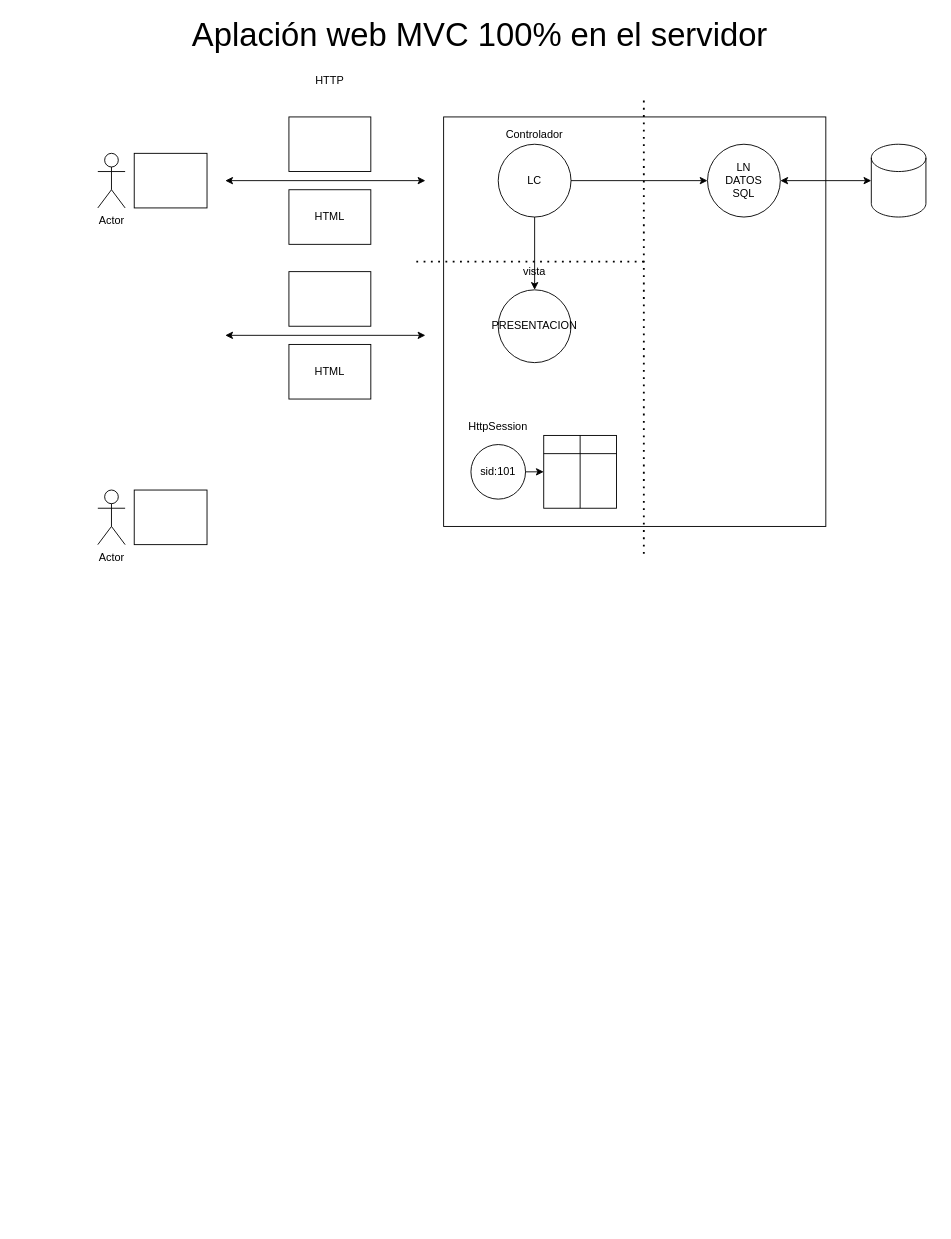
Earlier version of the draw.io diagram page "Página-1" (1 of 15) of dibujillos.drawio (Fsgilp/seguridad_java). Source tidied: cells renumbered, new cells numbered last; positions are measured from the earlier drawing's top-left corner, leaving out a move shared by most shapes. Both pictures are drawn from the tidied source at 91%, with x=0, y=0 at pixel (97, 25).
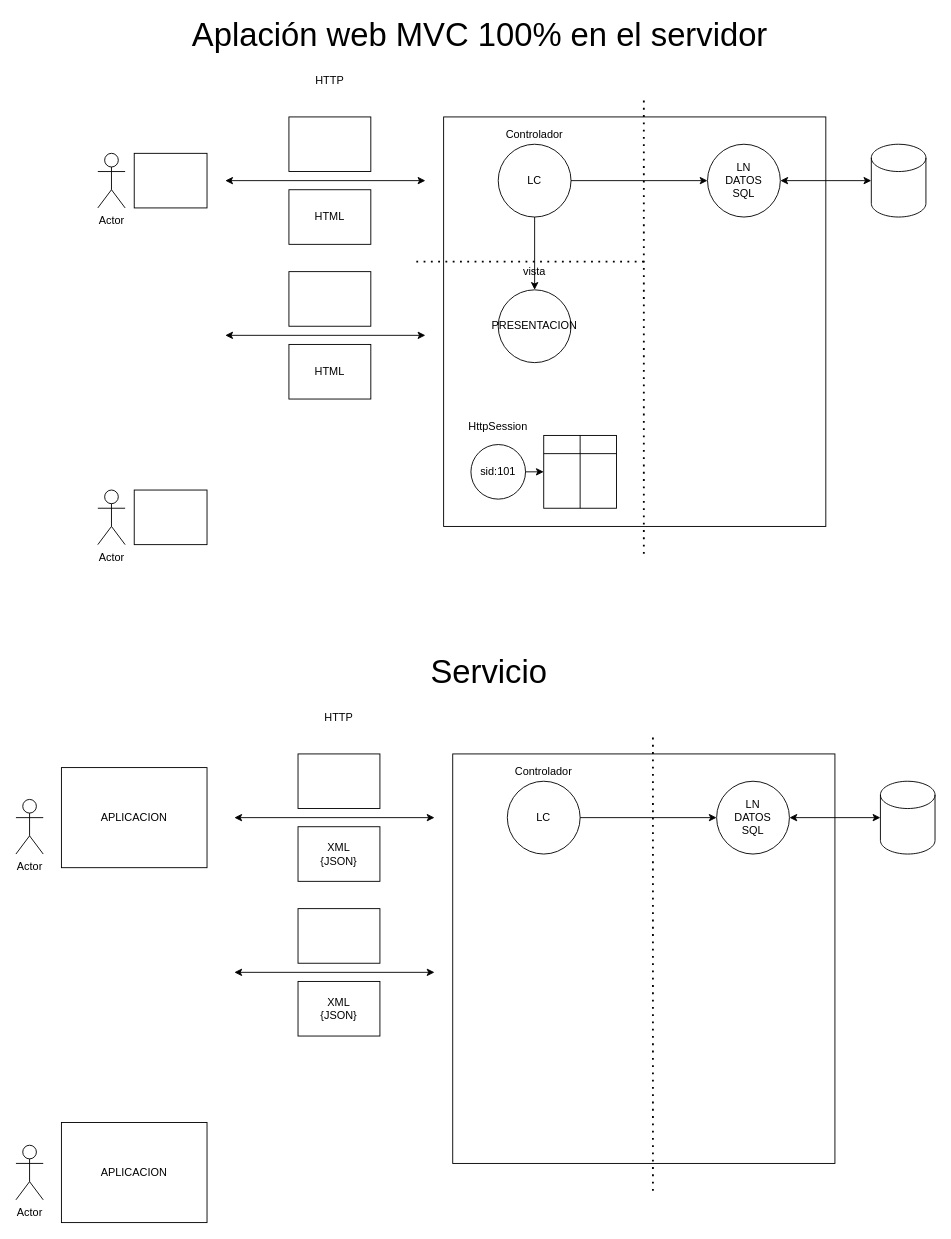
Above is the later version.

Change to the diagram source:
```diff
@@
+    <mxCell id="30" style="rounded=0;whiteSpace=wrap;html=1;fillColor=none;" parent="1" vertex="1">
+      <mxGeometry x="390" y="800" width="420" height="450" as="geometry" />
+    </mxCell>
+    <mxCell id="31" value="APLICACION" style="rounded=0;whiteSpace=wrap;html=1;fillColor=none;" parent="1" vertex="1">
+      <mxGeometry x="-40" y="815" width="160" height="110" as="geometry" />
+    </mxCell>
+    <mxCell id="32" value="Actor" style="shape=umlActor;verticalLabelPosition=bottom;verticalAlign=top;html=1;fillColor=none;" parent="1" vertex="1">
+      <mxGeometry x="-90" y="850" width="30" height="60" as="geometry" />
+    </mxCell>
+    <mxCell id="33" style="edgeStyle=orthogonalEdgeStyle;rounded=0;jettySize=auto;html=1;exitX=1;exitY=0.5;exitDx=0;exitDy=0;" parent="1" edge="1" source="34" target="35">
+      <mxGeometry relative="1" as="geometry" />
+    </mxCell>
+    <mxCell id="34" value="LC" style="ellipse;whiteSpace=wrap;html=1;fillColor=none;" parent="1" vertex="1">
+      <mxGeometry x="450" y="830" width="80" height="80" as="geometry" />
+    </mxCell>
+    <mxCell id="35" value="LN&lt;br&gt;DATOS&lt;br&gt;SQL" style="ellipse;whiteSpace=wrap;html=1;fillColor=none;" parent="1" vertex="1">
+      <mxGeometry x="680" y="830" width="80" height="80" as="geometry" />
+    </mxCell>
+    <mxCell id="36" style="endArrow=none;dashed=1;html=1;dashPattern=1 3;strokeWidth=2;" parent="1" edge="1">
+      <mxGeometry relative="1" as="geometry">
+        <mxPoint x="610" y="1280" as="sourcePoint" />
+        <mxPoint x="610" y="780" as="targetPoint" />
+        <Array as="points">
+          <mxPoint x="610" y="960" />
+        </Array>
+      </mxGeometry>
+    </mxCell>
+    <mxCell id="37" value="Controlador" style="text;html=1;strokeColor=none;fillColor=none;align=center;verticalAlign=middle;whiteSpace=wrap;rounded=0;" parent="1" vertex="1">
+      <mxGeometry x="470" y="810" width="40" height="20" as="geometry" />
+    </mxCell>
+    <mxCell id="38" style="endArrow=classic;startArrow=classic;html=1;" parent="1" edge="1">
+      <mxGeometry relative="1" as="geometry">
+        <mxPoint x="150" y="870" as="sourcePoint" />
+        <mxPoint x="370" y="870" as="targetPoint" />
+      </mxGeometry>
+    </mxCell>
+    <mxCell id="39" style="rounded=0;whiteSpace=wrap;html=1;fillColor=none;" parent="1" vertex="1">
+      <mxGeometry x="220" y="800" width="90" height="60" as="geometry" />
+    </mxCell>
+    <mxCell id="40" style="shape=cylinder3;whiteSpace=wrap;html=1;boundedLbl=1;backgroundOutline=1;size=15;fillColor=none;" parent="1" vertex="1">
+      <mxGeometry x="860" y="830" width="60" height="80" as="geometry" />
+    </mxCell>
+    <mxCell id="41" style="endArrow=classic;startArrow=classic;html=1;exitX=1;exitY=0.5;exitDx=0;exitDy=0;entryX=0;entryY=0.5;entryDx=0;entryDy=0;entryPerimeter=0;" parent="1" edge="1" source="35" target="40">
+      <mxGeometry relative="1" as="geometry" />
+    </mxCell>
+    <mxCell id="42" value="XML&lt;br&gt;{JSON}" style="rounded=0;whiteSpace=wrap;html=1;fillColor=none;" parent="1" vertex="1">
+      <mxGeometry x="220" y="880" width="90" height="60" as="geometry" />
+    </mxCell>
+    <mxCell id="43" style="endArrow=classic;startArrow=classic;html=1;" parent="1" edge="1">
+      <mxGeometry relative="1" as="geometry">
+        <mxPoint x="150" y="1040" as="sourcePoint" />
+        <mxPoint x="370" y="1040" as="targetPoint" />
+      </mxGeometry>
+    </mxCell>
+    <mxCell id="44" style="rounded=0;whiteSpace=wrap;html=1;fillColor=none;" parent="1" vertex="1">
+      <mxGeometry x="220" y="970" width="90" height="60" as="geometry" />
+    </mxCell>
+    <mxCell id="45" value="XML&lt;br&gt;{JSON}" style="rounded=0;whiteSpace=wrap;html=1;fillColor=none;" parent="1" vertex="1">
+      <mxGeometry x="220" y="1050" width="90" height="60" as="geometry" />
+    </mxCell>
+    <mxCell id="46" value="Actor" style="shape=umlActor;verticalLabelPosition=bottom;verticalAlign=top;html=1;fillColor=none;" parent="1" vertex="1">
+      <mxGeometry x="-90" y="1230" width="30" height="60" as="geometry" />
+    </mxCell>
+    <mxCell id="47" value="HTTP" style="text;html=1;strokeColor=none;fillColor=none;align=center;verticalAlign=middle;whiteSpace=wrap;rounded=0;" parent="1" vertex="1">
+      <mxGeometry x="245" y="750" width="40" height="20" as="geometry" />
+    </mxCell>
+    <mxCell id="48" value="&lt;font style=&quot;font-size: 36px&quot;&gt;Servicio&lt;/font&gt;" style="text;html=1;strokeColor=none;fillColor=none;align=center;verticalAlign=middle;whiteSpace=wrap;rounded=0;" parent="1" vertex="1">
+      <mxGeometry x="40" y="700" width="780" height="20" as="geometry" />
+    </mxCell>
+    <mxCell id="49" value="APLICACION" style="rounded=0;whiteSpace=wrap;html=1;fillColor=none;" parent="1" vertex="1">
+      <mxGeometry x="-40" y="1205" width="160" height="110" as="geometry" />
+    </mxCell>
```
